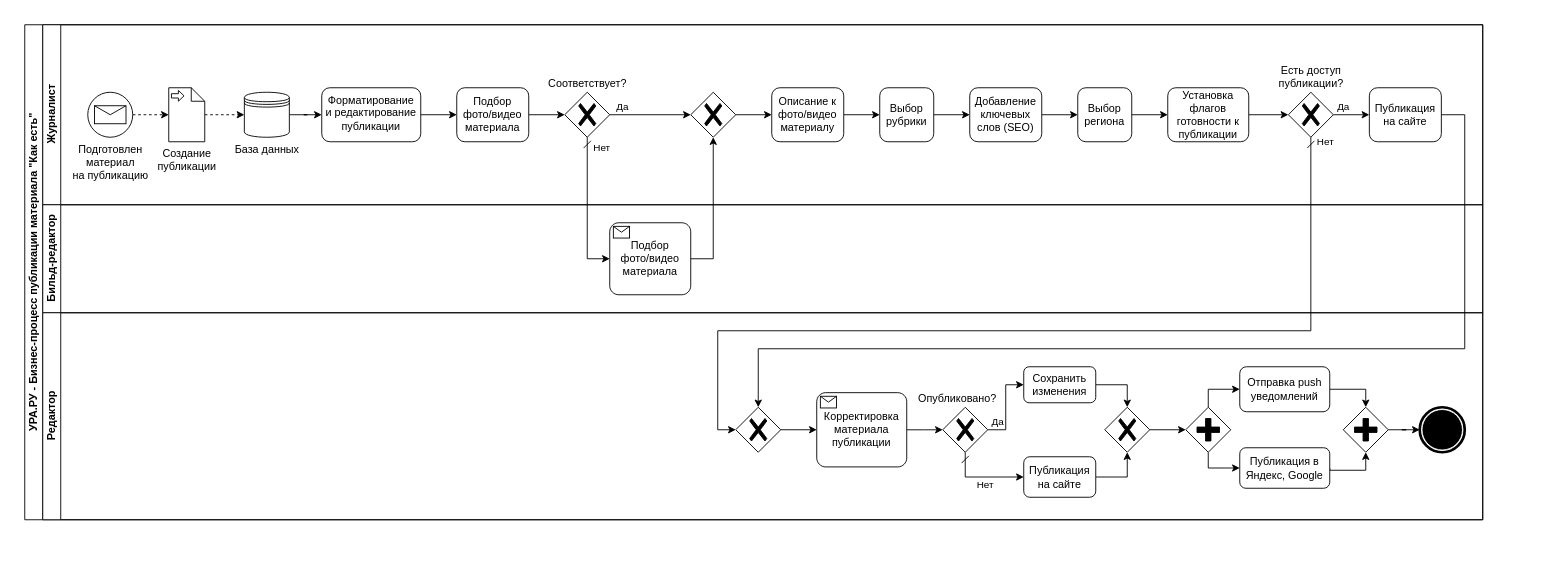
Earlier version of the draw.io diagram page "bpmn_uranews_comments_edit_v1" (3 of 3) of uranews.drawio (jsob/diagrams). Source tidied: cells renumbered, new cells numbered last; positions are measured from the earlier drawing's top-left corner, leaving out a move shared by most shapes. Both pictures are drawn from the tidied source at 90%, with x=0, y=0 at pixel (15, 15).
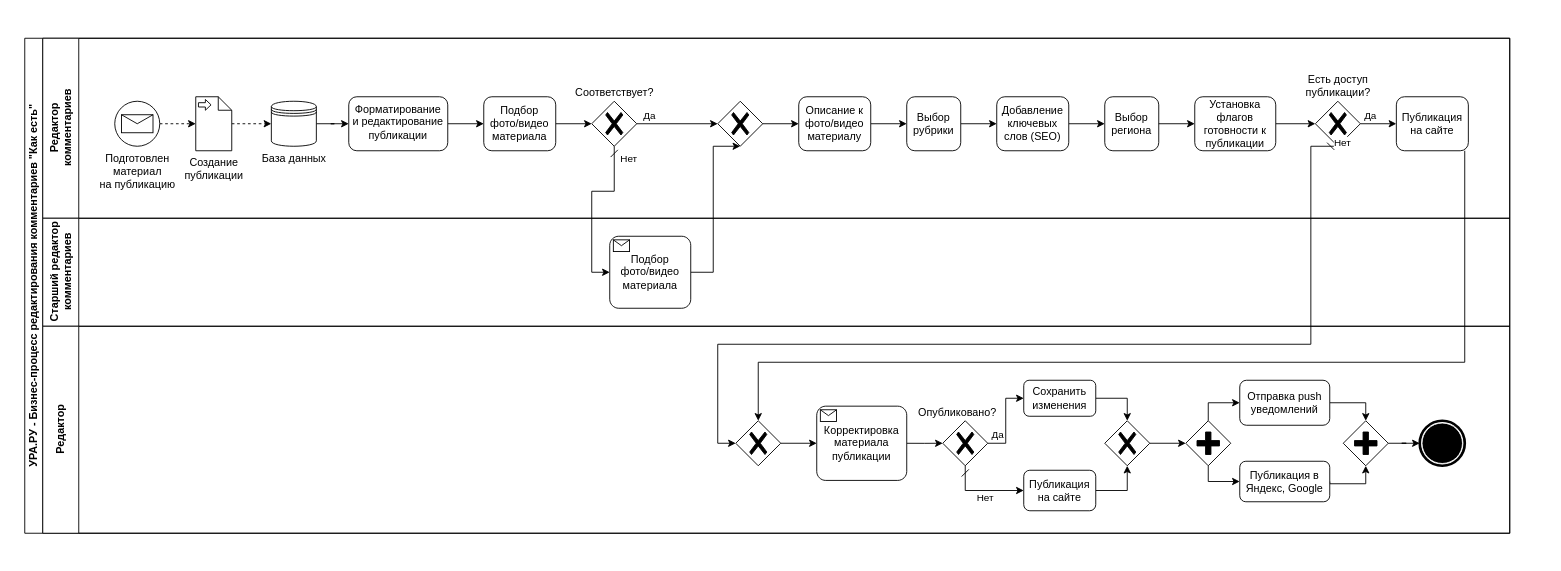
After the change.

Diff of the diagram source:
```diff
@@
+    <mxCell id="67" style="swimlane;startSize=0;fontColor=default;strokeColor=none;" parent="1" vertex="1">
+      <mxGeometry width="1700" height="600" as="geometry" />
+    </mxCell>
-    <mxCell id="2" value="УРА.РУ - Бизнес-процесс публикации материала &quot;Как есть&quot;" style="swimlane;html=1;horizontal=0;startSize=20;whiteSpace=wrap;" parent="1" vertex="1">
-      <mxGeometry x="10" y="10" width="1620" height="550" as="geometry" />
+    <mxCell id="2" value="УРА.РУ - Бизнес-процесс редактирования комментариев &quot;Как есть&quot;" style="swimlane;html=1;horizontal=0;startSize=20;whiteSpace=wrap;" parent="67" vertex="1">
+      <mxGeometry x="10" y="25" width="1650" height="550" as="geometry" />
     </mxCell>
-    <mxCell id="3" value="Журналист" style="swimlane;html=1;startSize=20;horizontal=0;" parent="2" vertex="1">
-      <mxGeometry x="20" width="1600" height="200" as="geometry" />
+    <mxCell id="3" value="Редактор&lt;br&gt;комментариев" style="swimlane;html=1;startSize=40;horizontal=0;" parent="2" vertex="1">
+      <mxGeometry x="20" width="1630" height="200" as="geometry" />
     </mxCell>
@@
     <mxCell id="5" value="Подготовлен &lt;br&gt;материал &lt;br&gt;на публикацию" style="points=[[0.145,0.145,0],[0.5,0,0],[0.855,0.145,0],[1,0.5,0],[0.855,0.855,0],[0.5,1,0],[0.145,0.855,0],[0,0.5,0]];shape=mxgraph.bpmn.event;html=1;verticalLabelPosition=bottom;labelBackgroundColor=#ffffff;verticalAlign=top;align=center;perimeter=ellipsePerimeter;outlineConnect=0;outline=standard;symbol=message;" parent="3" vertex="1">
-      <mxGeometry x="50" y="75" width="50" height="50" as="geometry" />
+      <mxGeometry x="80" y="70" width="50" height="50" as="geometry" />
     </mxCell>
@@
     <mxCell id="7" value="Создание &lt;br&gt;публикации" style="shape=mxgraph.bpmn.data;labelPosition=center;verticalLabelPosition=bottom;align=center;verticalAlign=top;size=15;html=1;bpmnTransferType=input;" parent="3" vertex="1">
-      <mxGeometry x="140" y="70" width="40" height="60" as="geometry" />
+      <mxGeometry x="170" y="65" width="40" height="60" as="geometry" />
     </mxCell>
@@
     <mxCell id="9" value="Форматирование&lt;br&gt;и редактирование&lt;br&gt;публикации" style="rounded=1;whiteSpace=wrap;html=1;verticalAlign=top;" parent="3" vertex="1">
-      <mxGeometry x="310" y="70" width="110" height="60" as="geometry" />
+      <mxGeometry x="340" y="65" width="110" height="60" as="geometry" />
     </mxCell>
@@
     <mxCell id="11" value="Подбор &lt;br&gt;фото/видео материала" style="rounded=1;whiteSpace=wrap;html=1;verticalAlign=middle;" parent="3" vertex="1">
-      <mxGeometry x="460" y="70" width="80" height="60" as="geometry" />
+      <mxGeometry x="490" y="65" width="80" height="60" as="geometry" />
     </mxCell>
@@
     <mxCell id="13" value="Выбор рубрики" style="rounded=1;whiteSpace=wrap;html=1;verticalAlign=middle;" parent="3" vertex="1">
-      <mxGeometry x="930" y="70" width="60" height="60" as="geometry" />
+      <mxGeometry x="960" y="65" width="60" height="60" as="geometry" />
     </mxCell>
@@
     <mxCell id="15" value="Добавление ключевых слов (SEO)" style="rounded=1;whiteSpace=wrap;html=1;verticalAlign=middle;" parent="3" vertex="1">
-      <mxGeometry x="1030" y="70" width="80" height="60" as="geometry" />
+      <mxGeometry x="1060" y="65" width="80" height="60" as="geometry" />
     </mxCell>
     <mxCell id="16" value="Выбор региона" style="rounded=1;whiteSpace=wrap;html=1;verticalAlign=middle;" parent="3" vertex="1">
-      <mxGeometry x="1150" y="70" width="60" height="60" as="geometry" />
+      <mxGeometry x="1180" y="65" width="60" height="60" as="geometry" />
     </mxCell>
     <mxCell id="17" value="Есть доступ &lt;br&gt;публикации?" style="points=[[0.25,0.25,0],[0.5,0,0],[0.75,0.25,0],[1,0.5,0],[0.75,0.75,0],[0.5,1,0],[0.25,0.75,0],[0,0.5,0]];shape=mxgraph.bpmn.gateway2;html=1;verticalLabelPosition=top;labelBackgroundColor=#ffffff;verticalAlign=bottom;align=center;perimeter=rhombusPerimeter;outlineConnect=0;outline=none;symbol=none;gwType=exclusive;labelPosition=center;" parent="3" vertex="1">
-      <mxGeometry x="1384" y="75" width="50" height="50" as="geometry" />
+      <mxGeometry x="1414" y="70" width="50" height="50" as="geometry" />
     </mxCell>
@@
     <mxCell id="19" value="Описание к фото/видео материалу" style="rounded=1;whiteSpace=wrap;html=1;verticalAlign=middle;" parent="3" vertex="1">
-      <mxGeometry x="810" y="70" width="80" height="60" as="geometry" />
+      <mxGeometry x="840" y="65" width="80" height="60" as="geometry" />
     </mxCell>
@@
     <mxCell id="21" value="Установка флагов готовности к публикации" style="rounded=1;whiteSpace=wrap;html=1;verticalAlign=middle;" parent="3" vertex="1">
-      <mxGeometry x="1250" y="70" width="90" height="60" as="geometry" />
+      <mxGeometry x="1280" y="65" width="90" height="60" as="geometry" />
     </mxCell>
@@
     <mxCell id="23" value="Публикация на сайте" style="rounded=1;whiteSpace=wrap;html=1;verticalAlign=middle;" parent="3" vertex="1">
-      <mxGeometry x="1474" y="70" width="80" height="60" as="geometry" />
+      <mxGeometry x="1504" y="65" width="80" height="60" as="geometry" />
     </mxCell>
@@
     <mxCell id="27" style="points=[[0.25,0.25,0],[0.5,0,0],[0.75,0.25,0],[1,0.5,0],[0.75,0.75,0],[0.5,1,0],[0.25,0.75,0],[0,0.5,0]];shape=mxgraph.bpmn.gateway2;html=1;verticalLabelPosition=bottom;labelBackgroundColor=#ffffff;verticalAlign=top;align=center;perimeter=rhombusPerimeter;outlineConnect=0;outline=none;symbol=none;gwType=exclusive;" parent="3" vertex="1">
-      <mxGeometry x="720" y="75" width="50" height="50" as="geometry" />
+      <mxGeometry x="750" y="70" width="50" height="50" as="geometry" />
     </mxCell>
@@
     <mxCell id="29" value="База данных" style="shape=datastore;html=1;labelPosition=center;verticalLabelPosition=bottom;align=center;verticalAlign=top;" parent="3" vertex="1">
-      <mxGeometry x="224" y="75" width="50" height="50" as="geometry" />
+      <mxGeometry x="254" y="70" width="50" height="50" as="geometry" />
     </mxCell>
@@
     <mxCell id="32" value="Соответствует?" style="points=[[0.25,0.25,0],[0.5,0,0],[0.75,0.25,0],[1,0.5,0],[0.75,0.75,0],[0.5,1,0],[0.25,0.75,0],[0,0.5,0]];shape=mxgraph.bpmn.gateway2;html=1;verticalLabelPosition=top;labelBackgroundColor=#ffffff;verticalAlign=bottom;align=center;perimeter=rhombusPerimeter;outlineConnect=0;outline=none;symbol=none;gwType=exclusive;labelPosition=center;" parent="3" vertex="1">
-      <mxGeometry x="580" y="75" width="50" height="50" as="geometry" />
+      <mxGeometry x="610" y="70" width="50" height="50" as="geometry" />
     </mxCell>
@@
-    <mxCell id="39" value="Бильд-редактор" style="swimlane;html=1;startSize=20;horizontal=0;" parent="2" vertex="1">
-      <mxGeometry x="20" y="200" width="1600" height="120" as="geometry" />
+    <mxCell id="39" value="Старший редактор&lt;br&gt;комментариев" style="swimlane;html=1;startSize=40;horizontal=0;" parent="2" vertex="1">
+      <mxGeometry x="20" y="200" width="1630" height="120" as="geometry" />
     </mxCell>
@@
-    <mxCell id="41" value="Редактор" style="swimlane;html=1;startSize=20;horizontal=0;" parent="2" vertex="1">
-      <mxGeometry x="20" y="320" width="1600" height="230" as="geometry" />
+    <mxCell id="41" value="Редактор" style="swimlane;html=1;startSize=40;horizontal=0;" parent="2" vertex="1">
+      <mxGeometry x="20" y="320" width="1630" height="230" as="geometry" />
     </mxCell>
@@
-    <mxCell id="67" style="swimlane;startSize=0;fontColor=default;strokeColor=none;" parent="1" vertex="1">
-      <mxGeometry width="1640" height="570" as="geometry" />
-    </mxCell>
```
